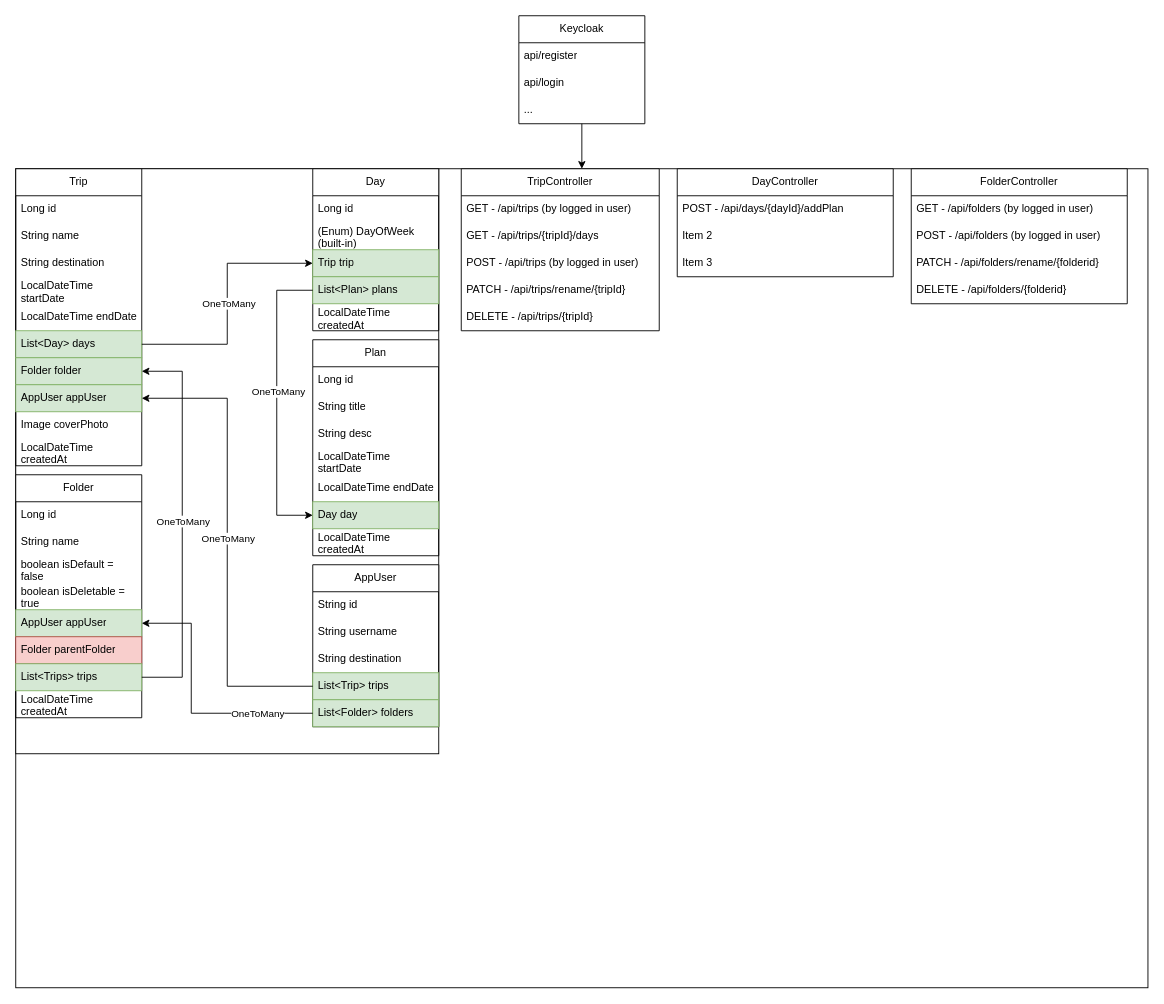
Earlier version of the draw.io diagram TravelItineraryPlanner.drawio (tpoda35/JAVA.PROJECT.TravelItineraryPlanner). Source tidied: cells renumbered, new cells numbered last; positions are measured from the earlier drawing's top-left corner, leaving out a move shared by most shapes. Both pictures are drawn from the tidied source at 90%, with x=0, y=0 at pixel (15, 15).
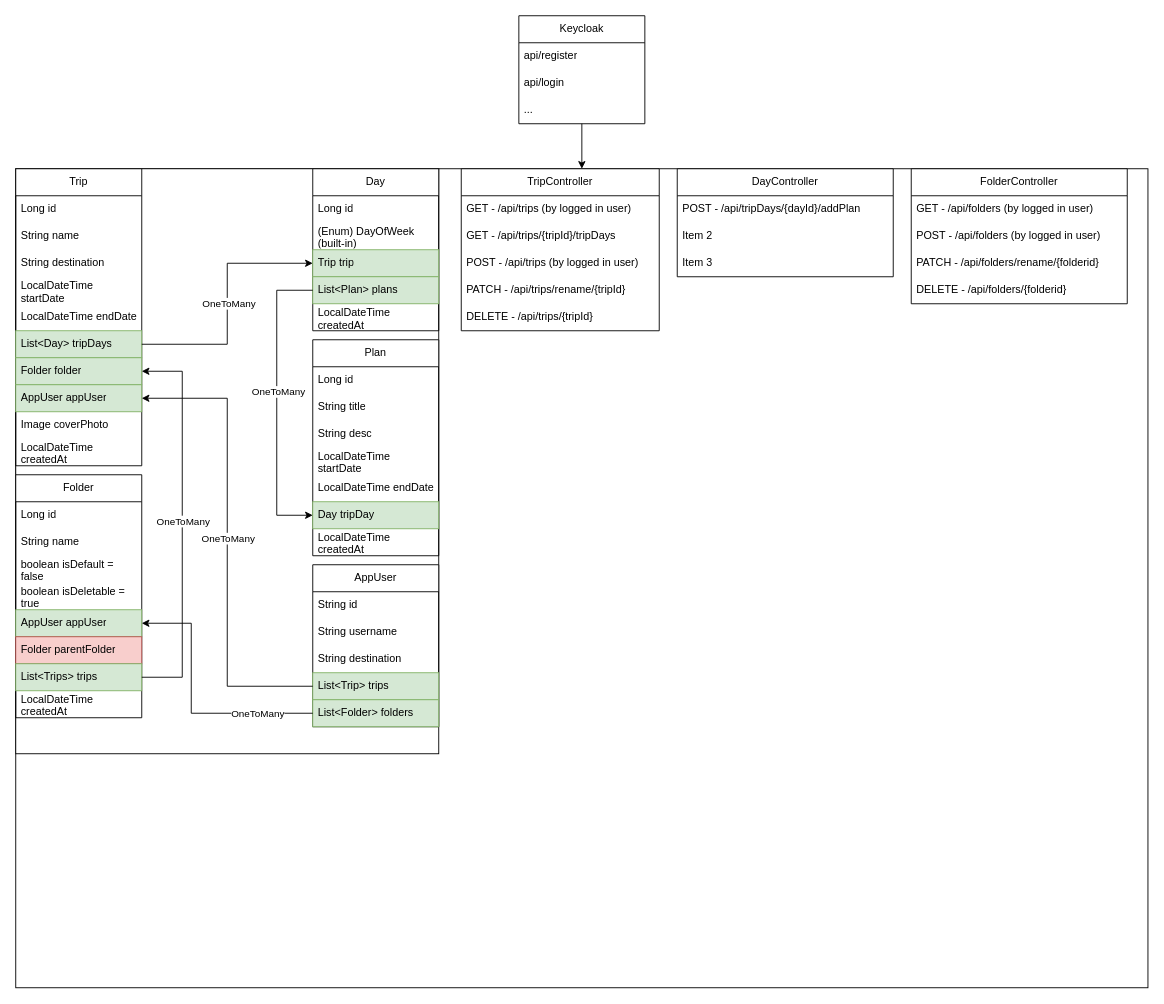
The same page after the edit.

The change refers to these unchanged cells:
```xml
<mxCell id="10" value="Trip" style="swimlane;fontStyle=0;horizontal=1;startSize=30;whiteSpace=wrap;html=1;" parent="8" vertex="1">
  <mxGeometry width="140" height="330" as="geometry" />
</mxCell>
<mxCell id="27" value="Plan" style="swimlane;fontStyle=0;horizontal=1;startSize=30;whiteSpace=wrap;html=1;" parent="8" vertex="1">
  <mxGeometry x="330" y="190" width="140" height="240" as="geometry" />
</mxCell>
<mxCell id="60" value="TripController" style="swimlane;fontStyle=0;horizontal=1;startSize=30;whiteSpace=wrap;html=1;" parent="1" vertex="1">
  <mxGeometry x="495" y="170" width="220" height="180" as="geometry" />
</mxCell>
<mxCell id="66" value="DayController" style="swimlane;fontStyle=0;horizontal=1;startSize=30;whiteSpace=wrap;html=1;" parent="1" vertex="1">
  <mxGeometry x="735" y="170" width="240" height="120" as="geometry" />
</mxCell>
```

Change to the diagram source:
```diff
@@
-    <mxCell id="16" value="List&amp;lt;Day&amp;gt; days" style="text;strokeColor=#82b366;fillColor=#d5e8d4;align=left;verticalAlign=middle;spacingLeft=4;spacingRight=4;overflow=hidden;points=[[0,0.5],[1,0.5]];portConstraint=eastwest;whiteSpace=wrap;html=1;" parent="10" vertex="1">
+    <mxCell id="16" value="List&amp;lt;Day&amp;gt; tripDays" style="text;strokeColor=#82b366;fillColor=#d5e8d4;align=left;verticalAlign=middle;spacingLeft=4;spacingRight=4;overflow=hidden;points=[[0,0.5],[1,0.5]];portConstraint=eastwest;whiteSpace=wrap;html=1;" parent="10" vertex="1">
       <mxGeometry y="180" width="140" height="30" as="geometry" />
     </mxCell>
@@
-    <mxCell id="33" value="Day day" style="text;strokeColor=#82b366;fillColor=#d5e8d4;align=left;verticalAlign=middle;spacingLeft=4;spacingRight=4;overflow=hidden;points=[[0,0.5],[1,0.5]];portConstraint=eastwest;whiteSpace=wrap;html=1;" parent="27" vertex="1">
+    <mxCell id="33" value="Day tripDay" style="text;strokeColor=#82b366;fillColor=#d5e8d4;align=left;verticalAlign=middle;spacingLeft=4;spacingRight=4;overflow=hidden;points=[[0,0.5],[1,0.5]];portConstraint=eastwest;whiteSpace=wrap;html=1;" parent="27" vertex="1">
       <mxGeometry y="180" width="140" height="30" as="geometry" />
     </mxCell>
@@
-    <mxCell id="62" value="GET - /api/trips/{tripId}/days" style="text;strokeColor=none;fillColor=none;align=left;verticalAlign=middle;spacingLeft=4;spacingRight=4;overflow=hidden;whiteSpace=wrap;html=1;" parent="60" vertex="1">
+    <mxCell id="62" value="GET - /api/trips/{tripId}/tripDays" style="text;strokeColor=none;fillColor=none;align=left;verticalAlign=middle;spacingLeft=4;spacingRight=4;overflow=hidden;whiteSpace=wrap;html=1;" parent="60" vertex="1">
       <mxGeometry y="60" width="220" height="30" as="geometry" />
     </mxCell>
@@
-    <mxCell id="67" value="POST - /api/days/{dayId}/addPlan" style="text;strokeColor=none;fillColor=none;align=left;verticalAlign=middle;spacingLeft=4;spacingRight=4;overflow=hidden;whiteSpace=wrap;html=1;" parent="66" vertex="1">
+    <mxCell id="67" value="POST - /api/tripDays/{dayId}/addPlan" style="text;strokeColor=none;fillColor=none;align=left;verticalAlign=middle;spacingLeft=4;spacingRight=4;overflow=hidden;whiteSpace=wrap;html=1;" parent="66" vertex="1">
       <mxGeometry y="30" width="240" height="30" as="geometry" />
     </mxCell>
```
